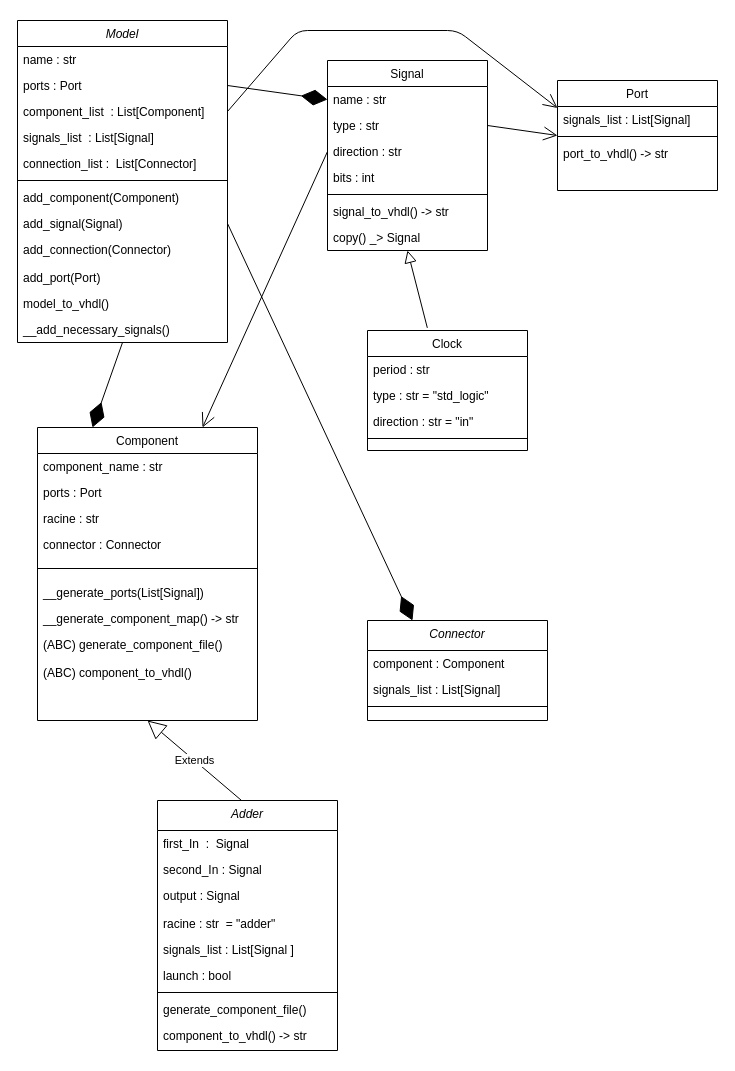
This is class_diagram.drawio from ltrBilal/VHDL_Model, a draw.io file, before an edit. Source tidied: cells renumbered, new cells numbered last; positions are measured from the earlier drawing's top-left corner, leaving out a move shared by most shapes. Both pictures are drawn from the tidied source at 100%, with x=0, y=0 at pixel (17, 20).
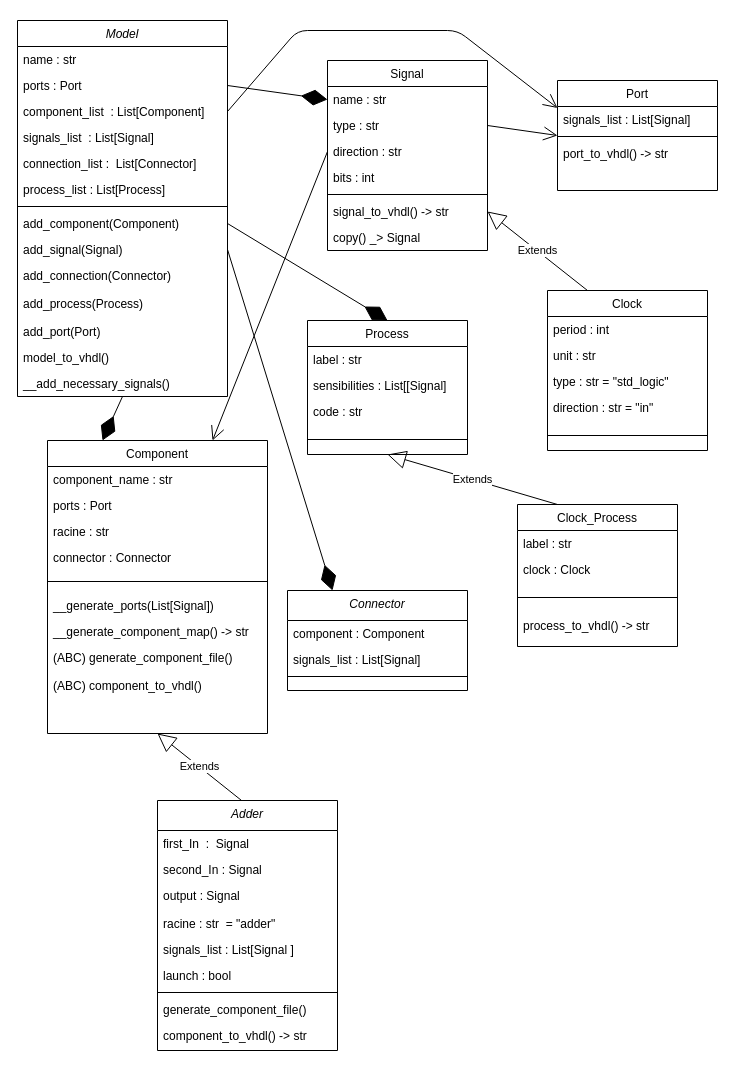
The same diagram, later.

Commit message (it also covers changes not shown here):
process inheritance problem

Unchanged cells that the change refers to:
```xml
<mxCell id="31" value="Signal" style="swimlane;fontStyle=0;align=center;verticalAlign=top;horizontal=1;startSize=26;rounded=0;shadow=0;strokeWidth=1;" parent="1" vertex="1">
  <mxGeometry x="310" y="40" width="160" height="190" as="geometry" />
</mxCell>
<mxCell id="37" value="signal_to_vhdl() -&gt; str" style="text;align=left;verticalAlign=top;spacingLeft=4;spacingRight=4;overflow=hidden;points=[[0,0.5],[1,0.5]];portConstraint=eastwest;rounded=0;shadow=0;html=0;" parent="31" vertex="1">
  <mxGeometry y="138" width="160" height="26" as="geometry" />
</mxCell>
```

Diff of the diagram source:
```diff
@@
     <mxCell id="2" value="Model&#10;" style="swimlane;fontStyle=2;align=center;verticalAlign=top;horizontal=1;startSize=26;rounded=0;shadow=0;strokeWidth=1;" parent="1" vertex="1">
-      <mxGeometry width="210" height="322" as="geometry" />
+      <mxGeometry width="210" height="376" as="geometry" />
     </mxCell>
@@
+    <mxCell id="64" value="connection_list :  List[Connector]" style="text;align=left;verticalAlign=top;spacingLeft=4;spacingRight=4;overflow=hidden;rounded=0;shadow=0;html=0;" parent="2" vertex="1">
+      <mxGeometry y="130" width="210" height="26" as="geometry" />
+    </mxCell>
-    <mxCell id="7" value="connection_list :  List[Connector]" style="text;align=left;verticalAlign=top;spacingLeft=4;spacingRight=4;overflow=hidden;rounded=0;shadow=0;html=0;" parent="2" vertex="1">
-      <mxGeometry y="130" width="210" height="26" as="geometry" />
+    <mxCell id="7" value="process_list : List[Process]" style="text;align=left;verticalAlign=top;spacingLeft=4;spacingRight=4;overflow=hidden;rounded=0;shadow=0;html=0;" parent="2" vertex="1">
+      <mxGeometry y="156" width="210" height="26" as="geometry" />
     </mxCell>
     <mxCell id="8" style="line;html=1;strokeWidth=1;align=left;verticalAlign=middle;spacingTop=-1;spacingLeft=3;spacingRight=3;labelPosition=right;" parent="2" vertex="1">
-      <mxGeometry y="156" width="210" height="8" as="geometry" />
+      <mxGeometry y="182" width="210" height="8" as="geometry" />
     </mxCell>
     <mxCell id="9" value="add_component(Component)" style="text;align=left;verticalAlign=top;spacingLeft=4;spacingRight=4;overflow=hidden;points=[[0,0.5],[1,0.5]];portConstraint=eastwest;rounded=0;shadow=0;html=0;" parent="2" vertex="1">
-      <mxGeometry y="164" width="210" height="26" as="geometry" />
+      <mxGeometry y="190" width="210" height="26" as="geometry" />
     </mxCell>
     <mxCell id="10" value="add_signal(Signal)" style="text;align=left;verticalAlign=top;spacingLeft=4;spacingRight=4;overflow=hidden;points=[[0,0.5],[1,0.5]];portConstraint=eastwest;rounded=0;shadow=0;html=0;" parent="2" vertex="1">
-      <mxGeometry y="190" width="210" height="26" as="geometry" />
+      <mxGeometry y="216" width="210" height="26" as="geometry" />
     </mxCell>
+    <mxCell id="65" value="add_connection(Connector)" style="text;align=left;verticalAlign=top;spacingLeft=4;spacingRight=4;overflow=hidden;rounded=0;shadow=0;html=0;" parent="2" vertex="1">
+      <mxGeometry y="242" width="210" height="28" as="geometry" />
+    </mxCell>
-    <mxCell id="11" value="add_connection(Connector)" style="text;align=left;verticalAlign=top;spacingLeft=4;spacingRight=4;overflow=hidden;rounded=0;shadow=0;html=0;" parent="2" vertex="1">
-      <mxGeometry y="216" width="210" height="28" as="geometry" />
+    <mxCell id="11" value="add_process(Process)" style="text;align=left;verticalAlign=top;spacingLeft=4;spacingRight=4;overflow=hidden;rounded=0;shadow=0;html=0;" parent="2" vertex="1">
+      <mxGeometry y="270" width="210" height="28" as="geometry" />
     </mxCell>
     <mxCell id="12" value="add_port(Port)" style="text;align=left;verticalAlign=top;spacingLeft=4;spacingRight=4;overflow=hidden;rounded=0;shadow=0;html=0;" parent="2" vertex="1">
-      <mxGeometry y="244" width="210" height="26" as="geometry" />
+      <mxGeometry y="298" width="210" height="26" as="geometry" />
     </mxCell>
     <mxCell id="13" value="model_to_vhdl()" style="text;align=left;verticalAlign=top;spacingLeft=4;spacingRight=4;overflow=hidden;rounded=0;shadow=0;html=0;" parent="2" vertex="1">
-      <mxGeometry y="270" width="210" height="26" as="geometry" />
+      <mxGeometry y="324" width="210" height="26" as="geometry" />
     </mxCell>
     <mxCell id="14" value="__add_necessary_signals()" style="text;align=left;verticalAlign=top;spacingLeft=4;spacingRight=4;overflow=hidden;rounded=0;shadow=0;html=0;" parent="2" vertex="1">
-      <mxGeometry y="296" width="210" height="26" as="geometry" />
+      <mxGeometry y="350" width="210" height="26" as="geometry" />
     </mxCell>
     <mxCell id="15" value="Component" style="swimlane;fontStyle=0;align=center;verticalAlign=top;horizontal=1;startSize=26;rounded=0;shadow=0;strokeWidth=1;" parent="1" vertex="1">
-      <mxGeometry x="20" y="407" width="220" height="293" as="geometry" />
+      <mxGeometry x="30" y="420" width="220" height="293" as="geometry" />
     </mxCell>
@@
     <mxCell id="25" value="Clock" style="swimlane;fontStyle=0;align=center;verticalAlign=top;horizontal=1;startSize=26;rounded=0;shadow=0;strokeWidth=1;" parent="1" vertex="1">
-      <mxGeometry x="350" y="310" width="160" height="120" as="geometry" />
+      <mxGeometry x="530" y="270" width="160" height="160" as="geometry" />
     </mxCell>
-    <mxCell id="26" value="period : str" style="text;align=left;verticalAlign=top;spacingLeft=4;spacingRight=4;overflow=hidden;" parent="25" vertex="1">
+    <mxCell id="26" value="period : int" style="text;align=left;verticalAlign=top;spacingLeft=4;spacingRight=4;overflow=hidden;" parent="25" vertex="1">
       <mxGeometry y="26" width="160" height="26" as="geometry" />
     </mxCell>
+    <mxCell id="66" value="unit : str" style="text;align=left;verticalAlign=top;spacingLeft=4;spacingRight=4;overflow=hidden;" parent="25" vertex="1">
+      <mxGeometry y="52" width="160" height="26" as="geometry" />
+    </mxCell>
     <mxCell id="27" value="type : str = &quot;std_logic&quot;" style="text;align=left;verticalAlign=top;spacingLeft=4;spacingRight=4;overflow=hidden;" parent="25" vertex="1">
-      <mxGeometry y="52" width="160" height="26" as="geometry" />
+      <mxGeometry y="78" width="160" height="26" as="geometry" />
     </mxCell>
     <mxCell id="28" value="direction : str = &quot;in&quot;" style="text;align=left;verticalAlign=top;spacingLeft=4;spacingRight=4;overflow=hidden;" parent="25" vertex="1">
-      <mxGeometry y="78" width="160" height="26" as="geometry" />
+      <mxGeometry y="104" width="160" height="26" as="geometry" />
     </mxCell>
     <mxCell id="29" style="line;html=1;strokeWidth=1;align=left;verticalAlign=middle;spacingTop=-1;spacingLeft=3;spacingRight=3;labelPosition=right;" parent="25" vertex="1">
-      <mxGeometry y="104" width="160" height="8" as="geometry" />
+      <mxGeometry y="130" width="160" height="30" as="geometry" />
     </mxCell>
-    <mxCell id="30" style="endArrow=block;endSize=10;endFill=0;shadow=0;strokeWidth=1;rounded=0;elbow=vertical;entryX=0.5;entryY=1;entryDx=0;entryDy=0;exitX=0.374;exitY=-0.022;exitDx=0;exitDy=0;exitPerimeter=0;" parent="1" edge="1" source="25" target="31">
-      <mxGeometry relative="1" as="geometry" />
-    </mxCell>
@@
     <mxCell id="53" value="Connector" style="swimlane;fontStyle=2;align=center;verticalAlign=top;horizontal=1;startSize=30;rounded=0;shadow=0;strokeWidth=1;" parent="1" vertex="1">
-      <mxGeometry x="350" y="600" width="180" height="100" as="geometry" />
+      <mxGeometry x="270" y="570" width="180" height="100" as="geometry" />
     </mxCell>
@@
+    <mxCell id="67" value="Process" style="swimlane;fontStyle=0;align=center;verticalAlign=top;horizontal=1;startSize=26;rounded=0;shadow=0;strokeWidth=1;" parent="1" vertex="1">
+      <mxGeometry x="290" y="300" width="160" height="134" as="geometry" />
+    </mxCell>
+    <mxCell id="68" value="label : str" style="text;align=left;verticalAlign=top;spacingLeft=4;spacingRight=4;overflow=hidden;" parent="67" vertex="1">
+      <mxGeometry y="26" width="160" height="26" as="geometry" />
+    </mxCell>
+    <mxCell id="69" value="sensibilities : List[[Signal]" style="text;align=left;verticalAlign=top;spacingLeft=4;spacingRight=4;overflow=hidden;" parent="67" vertex="1">
+      <mxGeometry y="52" width="160" height="26" as="geometry" />
+    </mxCell>
+    <mxCell id="70" value="code : str" style="text;align=left;verticalAlign=top;spacingLeft=4;spacingRight=4;overflow=hidden;" parent="67" vertex="1">
+      <mxGeometry y="78" width="160" height="26" as="geometry" />
+    </mxCell>
+    <mxCell id="71" style="line;html=1;strokeWidth=1;align=left;verticalAlign=middle;spacingTop=-1;spacingLeft=3;spacingRight=3;labelPosition=right;" parent="67" vertex="1">
+      <mxGeometry y="104" width="160" height="30" as="geometry" />
+    </mxCell>
+    <mxCell id="72" style="endArrow=diamondThin;endFill=1;endSize=24;html=1;entryX=0.5;entryY=0;entryDx=0;entryDy=0;exitX=1;exitY=0.5;exitDx=0;exitDy=0;" parent="1" edge="1" source="9" target="67">
+      <mxGeometry relative="1" as="geometry" />
+    </mxCell>
+    <mxCell id="73" value="Clock_Process" style="swimlane;fontStyle=0;align=center;verticalAlign=top;horizontal=1;startSize=26;rounded=0;shadow=0;strokeWidth=1;" parent="1" vertex="1">
+      <mxGeometry x="500" y="484" width="160" height="142" as="geometry" />
+    </mxCell>
+    <mxCell id="74" value="label : str" style="text;align=left;verticalAlign=top;spacingLeft=4;spacingRight=4;overflow=hidden;" parent="73" vertex="1">
+      <mxGeometry y="26" width="160" height="26" as="geometry" />
+    </mxCell>
+    <mxCell id="75" value="clock : Clock" style="text;align=left;verticalAlign=top;spacingLeft=4;spacingRight=4;overflow=hidden;" parent="73" vertex="1">
+      <mxGeometry y="52" width="160" height="26" as="geometry" />
+    </mxCell>
+    <mxCell id="76" style="line;html=1;strokeWidth=1;align=left;verticalAlign=middle;spacingTop=-1;spacingLeft=3;spacingRight=3;labelPosition=right;" parent="73" vertex="1">
+      <mxGeometry y="78" width="160" height="30" as="geometry" />
+    </mxCell>
+    <mxCell id="77" value="process_to_vhdl() -&gt; str" style="text;align=left;verticalAlign=top;spacingLeft=4;spacingRight=4;overflow=hidden;" parent="73" vertex="1">
+      <mxGeometry y="108" width="160" height="32" as="geometry" />
+    </mxCell>
+    <mxCell id="78" value="Extends" style="endArrow=block;endSize=16;endFill=0;html=1;rounded=0;exitX=0.25;exitY=0;exitDx=0;exitDy=0;entryX=0.5;entryY=1;entryDx=0;entryDy=0;" parent="1" edge="1" source="73" target="67">
+      <mxGeometry relative="1" as="geometry" />
+    </mxCell>
+    <mxCell id="79" value="Extends" style="endArrow=block;endSize=16;endFill=0;html=1;rounded=0;exitX=0.25;exitY=0;exitDx=0;exitDy=0;entryX=1;entryY=0.5;entryDx=0;entryDy=0;" parent="1" edge="1" source="25" target="37">
+      <mxGeometry relative="1" as="geometry" />
+    </mxCell>
```
